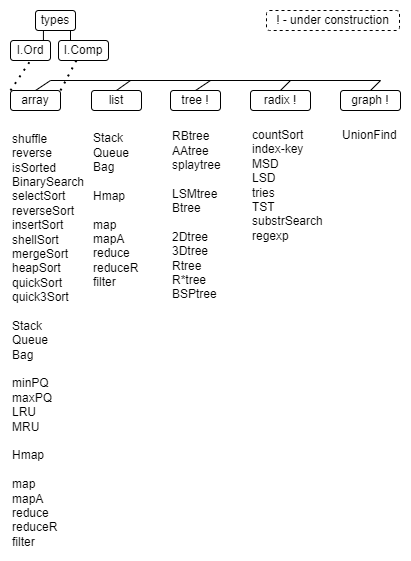
kselnaag/algos keeps this draw.io diagram as pics/algos.png. Above is the earlier version. Source tidied: cells renumbered, new cells last; positions are measured from the earlier drawing's top-left corner, leaving out a move shared by most shapes.
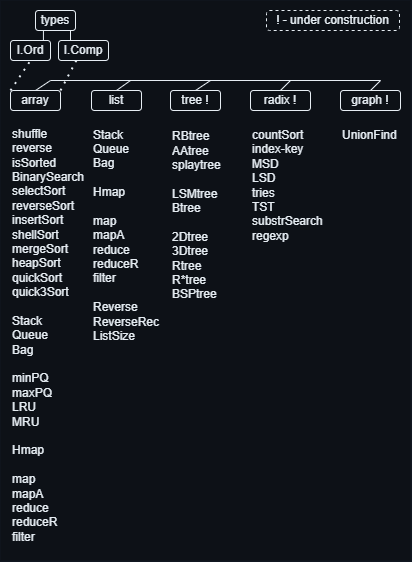
After the commit.

Commit message:
change algos table pic

Change to the diagram source:
```diff
@@ -1,102 +1,102 @@
-<mxGraphModel background="#FFFFFF">
+<mxGraphModel background="#111721">
   <root>
     <mxCell id="0" />
     <mxCell id="1" parent="0" />
-    <mxCell id="2" style="rounded=0;whiteSpace=wrap;html=1;strokeColor=none;fillColor=none;" parent="1" vertex="1">
-      <mxGeometry width="410" height="560" as="geometry" />
-    </mxCell>
+    <mxCell id="27" style="rounded=0;whiteSpace=wrap;html=1;strokeColor=none;fillColor=#0d1117;strokeWidth=1;perimeterSpacing=1;shadow=0;glass=0;fillStyle=solid;" parent="1" vertex="1">
+      <mxGeometry width="410" height="560" as="geometry" />
+    </mxCell>
-    <mxCell id="3" value="array" style="rounded=1;whiteSpace=wrap;html=1;fontColor=#000000;fillColor=none;strokeColor=#000000;" parent="1" vertex="1">
+    <mxCell id="3" value="&lt;font color=&quot;#e6edf3&quot;&gt;array&lt;/font&gt;" style="rounded=1;whiteSpace=wrap;html=1;fontColor=#000000;fillColor=none;strokeColor=#e6edf3;" parent="1" vertex="1">
       <mxGeometry x="10" y="90" width="50" height="20" as="geometry" />
     </mxCell>
-    <mxCell id="4" value="list" style="rounded=1;whiteSpace=wrap;html=1;fillColor=none;strokeColor=#000000;fontColor=#000000;" parent="1" vertex="1">
+    <mxCell id="4" value="&lt;font color=&quot;#e6edf3&quot;&gt;list&lt;/font&gt;" style="rounded=1;whiteSpace=wrap;html=1;fillColor=none;strokeColor=#e6edf3;fontColor=#000000;" parent="1" vertex="1">
       <mxGeometry x="91" y="90" width="50" height="20" as="geometry" />
     </mxCell>
-    <mxCell id="5" value="radix !" style="rounded=1;whiteSpace=wrap;html=1;fontColor=#000000;fillColor=none;strokeColor=#000000;" parent="1" vertex="1">
+    <mxCell id="5" value="&lt;font color=&quot;#e6edf3&quot;&gt;radix !&lt;/font&gt;" style="rounded=1;whiteSpace=wrap;html=1;fontColor=#000000;fillColor=none;strokeColor=#e6edf3;" parent="1" vertex="1">
       <mxGeometry x="250" y="90" width="60" height="20" as="geometry" />
     </mxCell>
-    <mxCell id="6" value="tree !" style="rounded=1;whiteSpace=wrap;html=1;fontColor=#000000;fillColor=none;strokeColor=#000000;" parent="1" vertex="1">
+    <mxCell id="6" value="&lt;font color=&quot;#e6edf3&quot;&gt;tree !&lt;/font&gt;" style="rounded=1;whiteSpace=wrap;html=1;fontColor=#000000;fillColor=none;strokeColor=#e6edf3;" parent="1" vertex="1">
       <mxGeometry x="170" y="90" width="50" height="20" as="geometry" />
     </mxCell>
-    <mxCell id="7" value="graph !" style="rounded=1;whiteSpace=wrap;html=1;fontColor=#000000;fillColor=none;strokeColor=#000000;" parent="1" vertex="1">
+    <mxCell id="7" value="&lt;font color=&quot;#e6edf3&quot;&gt;graph !&lt;/font&gt;" style="rounded=1;whiteSpace=wrap;html=1;fontColor=#000000;fillColor=none;strokeColor=#e6edf3;" parent="1" vertex="1">
       <mxGeometry x="340" y="90" width="60" height="20" as="geometry" />
     </mxCell>
-    <mxCell id="8" value="shuffle&lt;br&gt;reverse&lt;br&gt;isSorted&lt;br&gt;BinarySearch&lt;br&gt;selectSort&lt;br&gt;reverseSort&lt;br&gt;insertSort&lt;br&gt;shellSort&lt;br&gt;mergeSort&lt;br&gt;heapSort&lt;br&gt;quickSort&lt;br&gt;quick3Sort&lt;br&gt;&lt;br&gt;Stack&lt;br&gt;Queue&lt;br&gt;Bag&lt;br&gt;&lt;br&gt;minPQ&lt;br&gt;maxPQ&lt;br&gt;LRU&lt;br&gt;MRU&lt;br&gt;&lt;br&gt;Hmap&lt;br&gt;&lt;br&gt;map&lt;br&gt;mapA&lt;br&gt;reduce&lt;br&gt;reduceR&lt;br&gt;filter" style="text;html=1;strokeColor=none;fillColor=none;align=left;verticalAlign=middle;whiteSpace=wrap;rounded=0;fontColor=#000000;" parent="1" vertex="1">
-      <mxGeometry x="10" y="130" width="66" height="420" as="geometry" />
+    <mxCell id="8" value="&lt;font color=&quot;#e6edf3&quot;&gt;shuffle&lt;br&gt;reverse&lt;br&gt;isSorted&lt;br&gt;BinarySearch&lt;br&gt;selectSort&lt;br&gt;reverseSort&lt;br&gt;insertSort&lt;br&gt;shellSort&lt;br&gt;mergeSort&lt;br&gt;heapSort&lt;br&gt;quickSort&lt;br&gt;quick3Sort&lt;br&gt;&lt;br&gt;Stack&lt;br&gt;Queue&lt;br&gt;Bag&lt;br&gt;&lt;br&gt;minPQ&lt;br&gt;maxPQ&lt;br&gt;LRU&lt;br&gt;MRU&lt;br&gt;&lt;br&gt;Hmap&lt;br&gt;&lt;br&gt;map&lt;br&gt;mapA&lt;br&gt;reduce&lt;br&gt;reduceR&lt;br&gt;filter&lt;/font&gt;" style="text;html=1;strokeColor=none;fillColor=none;align=left;verticalAlign=middle;whiteSpace=wrap;rounded=0;fontColor=#000000;" parent="1" vertex="1">
+      <mxGeometry x="10" y="130" width="80" height="410" as="geometry" />
     </mxCell>
-    <mxCell id="9" value="Stack&lt;br&gt;Queue&lt;br&gt;Bag&lt;br&gt;&lt;br&gt;Hmap&lt;br&gt;&lt;br&gt;map&lt;br&gt;mapA&lt;br&gt;reduce&lt;br&gt;reduceR&lt;br&gt;filter" style="text;html=1;strokeColor=none;fillColor=none;align=left;verticalAlign=middle;whiteSpace=wrap;rounded=0;fontColor=#000000;" parent="1" vertex="1">
-      <mxGeometry x="91" y="130" width="66" height="160" as="geometry" />
+    <mxCell id="9" value="&lt;font color=&quot;#e6edf3&quot;&gt;Stack&lt;br&gt;Queue&lt;br&gt;Bag&lt;br&gt;&lt;br&gt;Hmap&lt;br&gt;&lt;br&gt;map&lt;br&gt;mapA&lt;br&gt;reduce&lt;br&gt;reduceR&lt;br&gt;filter&lt;br&gt;&lt;br&gt;Reverse&lt;br&gt;ReverseRec&lt;br&gt;ListSize&lt;br&gt;&lt;/font&gt;" style="text;html=1;strokeColor=none;fillColor=none;align=left;verticalAlign=middle;whiteSpace=wrap;rounded=0;fontColor=#000000;" parent="1" vertex="1">
+      <mxGeometry x="91" y="130" width="69" height="210" as="geometry" />
     </mxCell>
-    <mxCell id="10" value="countSort&lt;br&gt;index-key&lt;br&gt;MSD&lt;br&gt;LSD&lt;br&gt;tries&lt;br&gt;TST&lt;br&gt;substrSearch&lt;br&gt;regexp&lt;br&gt;" style="text;html=1;strokeColor=none;fillColor=none;align=left;verticalAlign=middle;whiteSpace=wrap;rounded=0;fontColor=#000000;" parent="1" vertex="1">
+    <mxCell id="10" value="&lt;font color=&quot;#e6edf3&quot;&gt;countSort&lt;br&gt;index-key&lt;br&gt;MSD&lt;br&gt;LSD&lt;br&gt;tries&lt;br&gt;TST&lt;br&gt;substrSearch&lt;br&gt;regexp&lt;/font&gt;" style="text;html=1;strokeColor=none;fillColor=none;align=left;verticalAlign=middle;whiteSpace=wrap;rounded=0;fontColor=#000000;" parent="1" vertex="1">
       <mxGeometry x="250" y="130" width="80" height="110" as="geometry" />
     </mxCell>
-    <mxCell id="11" value="RBtree&lt;br&gt;AAtree&lt;br&gt;splaytree&lt;br&gt;&lt;br&gt;LSMtree&lt;br&gt;Btree&lt;br&gt;&lt;br&gt;2Dtree&lt;br&gt;3Dtree&lt;br&gt;Rtree&lt;br&gt;R*tree&lt;br&gt;BSPtree" style="text;html=1;strokeColor=none;fillColor=none;align=left;verticalAlign=middle;whiteSpace=wrap;rounded=0;fontColor=#000000;" parent="1" vertex="1">
+    <mxCell id="11" value="&lt;font color=&quot;#e6edf3&quot;&gt;RBtree&lt;br&gt;AAtree&lt;br&gt;splaytree&lt;br&gt;&lt;br&gt;LSMtree&lt;br&gt;Btree&lt;br&gt;&lt;br&gt;2Dtree&lt;br&gt;3Dtree&lt;br&gt;Rtree&lt;br&gt;R*tree&lt;br&gt;BSPtree&lt;/font&gt;" style="text;html=1;strokeColor=none;fillColor=none;align=left;verticalAlign=middle;whiteSpace=wrap;rounded=0;fontColor=#000000;" parent="1" vertex="1">
       <mxGeometry x="170" y="130" width="60" height="170" as="geometry" />
     </mxCell>
-    <mxCell id="12" value="types" style="rounded=1;whiteSpace=wrap;html=1;fillColor=none;strokeColor=#000000;fontColor=#000000;" parent="1" vertex="1">
+    <mxCell id="12" value="&lt;font color=&quot;#e6edf3&quot;&gt;types&lt;/font&gt;" style="rounded=1;whiteSpace=wrap;html=1;fillColor=none;strokeColor=#e6edf3;fontColor=#000000;" parent="1" vertex="1">
       <mxGeometry x="35" y="10" width="40" height="20" as="geometry" />
     </mxCell>
-    <mxCell id="13" style="endArrow=none;html=1;rounded=0;exitX=0.5;exitY=0;exitDx=0;exitDy=0;strokeColor=#000000;" parent="1" edge="1" source="6">
+    <mxCell id="13" style="endArrow=none;html=1;rounded=0;exitX=0.5;exitY=0;exitDx=0;exitDy=0;strokeColor=#e6edf3;" parent="1" edge="1" source="6">
       <mxGeometry relative="1" as="geometry">
         <mxPoint x="210" y="80" as="targetPoint" />
       </mxGeometry>
     </mxCell>
-    <mxCell id="14" style="endArrow=none;html=1;rounded=0;strokeColor=#000000;" parent="1" edge="1">
+    <mxCell id="14" style="endArrow=none;html=1;rounded=0;strokeColor=#e6edf3;" parent="1" edge="1">
       <mxGeometry relative="1" as="geometry">
         <mxPoint x="50" y="80" as="sourcePoint" />
         <mxPoint x="380" y="80" as="targetPoint" />
       </mxGeometry>
     </mxCell>
-    <mxCell id="15" style="endArrow=none;html=1;rounded=0;exitX=0.5;exitY=0;exitDx=0;exitDy=0;strokeColor=#000000;" parent="1" edge="1" source="3">
+    <mxCell id="15" style="endArrow=none;html=1;rounded=0;exitX=0.5;exitY=0;exitDx=0;exitDy=0;strokeColor=#e6edf3;" parent="1" edge="1" source="3">
       <mxGeometry relative="1" as="geometry">
         <mxPoint x="50" y="80" as="targetPoint" />
       </mxGeometry>
     </mxCell>
-    <mxCell id="16" style="endArrow=none;html=1;rounded=0;exitX=0.5;exitY=0;exitDx=0;exitDy=0;strokeColor=#000000;" parent="1" edge="1">
+    <mxCell id="16" style="endArrow=none;html=1;rounded=0;exitX=0.5;exitY=0;exitDx=0;exitDy=0;strokeColor=#e6edf3;" parent="1" edge="1">
       <mxGeometry relative="1" as="geometry">
         <mxPoint x="115.9" y="90" as="sourcePoint" />
         <mxPoint x="130" y="80" as="targetPoint" />
       </mxGeometry>
     </mxCell>
-    <mxCell id="17" style="endArrow=none;html=1;rounded=0;exitX=0.5;exitY=0;exitDx=0;exitDy=0;strokeColor=#000000;" parent="1" edge="1">
+    <mxCell id="17" style="endArrow=none;html=1;rounded=0;exitX=0.5;exitY=0;exitDx=0;exitDy=0;strokeColor=#e6edf3;" parent="1" edge="1">
       <mxGeometry relative="1" as="geometry">
         <mxPoint x="279.9" y="90" as="sourcePoint" />
         <mxPoint x="290" y="80" as="targetPoint" />
       </mxGeometry>
     </mxCell>
-    <mxCell id="18" value="I.Ord" style="rounded=1;whiteSpace=wrap;html=1;fillColor=none;strokeColor=#000000;fontColor=#000000;" parent="1" vertex="1">
+    <mxCell id="18" value="&lt;font color=&quot;#e6edf3&quot;&gt;I.Ord&lt;/font&gt;" style="rounded=1;whiteSpace=wrap;html=1;fillColor=none;strokeColor=#e6edf3;fontColor=#000000;" parent="1" vertex="1">
       <mxGeometry x="10" y="40" width="40" height="20" as="geometry" />
     </mxCell>
-    <mxCell id="19" value="I.Comp" style="rounded=1;whiteSpace=wrap;html=1;fillColor=none;strokeColor=#000000;fontColor=#000000;" parent="1" vertex="1">
+    <mxCell id="19" value="&lt;font color=&quot;#e6edf3&quot;&gt;I.Comp&lt;/font&gt;" style="rounded=1;whiteSpace=wrap;html=1;fillColor=none;strokeColor=#e6edf3;fontColor=#000000;" parent="1" vertex="1">
       <mxGeometry x="58" y="40" width="50" height="20" as="geometry" />
     </mxCell>
-    <mxCell id="20" style="endArrow=none;dashed=1;html=1;dashPattern=1 3;strokeWidth=2;rounded=0;entryX=0.5;entryY=1;entryDx=0;entryDy=0;exitX=0;exitY=0;exitDx=0;exitDy=0;strokeColor=#000000;" parent="1" edge="1" source="3" target="18">
+    <mxCell id="20" style="endArrow=none;dashed=1;html=1;dashPattern=1 3;strokeWidth=2;rounded=0;entryX=0.5;entryY=1;entryDx=0;entryDy=0;exitX=0;exitY=0;exitDx=0;exitDy=0;strokeColor=#e6edf3;" parent="1" edge="1" source="3" target="18">
       <mxGeometry relative="1" as="geometry" />
     </mxCell>
-    <mxCell id="21" style="endArrow=none;dashed=1;html=1;dashPattern=1 3;strokeWidth=2;rounded=0;exitX=1;exitY=0;exitDx=0;exitDy=0;entryX=0.359;entryY=0.99;entryDx=0;entryDy=0;entryPerimeter=0;strokeColor=#000000;" parent="1" edge="1" source="3" target="19">
+    <mxCell id="21" style="endArrow=none;dashed=1;html=1;dashPattern=1 3;strokeWidth=2;rounded=0;exitX=1;exitY=0;exitDx=0;exitDy=0;entryX=0.359;entryY=0.99;entryDx=0;entryDy=0;entryPerimeter=0;strokeColor=#e6edf3;" parent="1" edge="1" source="3" target="19">
       <mxGeometry relative="1" as="geometry" />
     </mxCell>
-    <mxCell id="22" style="endArrow=none;html=1;rounded=0;exitX=0.5;exitY=0;exitDx=0;exitDy=0;strokeColor=#000000;" parent="1" edge="1">
+    <mxCell id="22" style="endArrow=none;html=1;rounded=0;exitX=0.5;exitY=0;exitDx=0;exitDy=0;strokeColor=#e6edf3;" parent="1" edge="1">
       <mxGeometry relative="1" as="geometry">
         <mxPoint x="42.9" y="40" as="sourcePoint" />
         <mxPoint x="42.9" y="30" as="targetPoint" />
       </mxGeometry>
     </mxCell>
-    <mxCell id="23" style="endArrow=none;html=1;rounded=0;exitX=0.5;exitY=0;exitDx=0;exitDy=0;strokeColor=#000000;" parent="1" edge="1">
+    <mxCell id="23" style="endArrow=none;html=1;rounded=0;exitX=0.5;exitY=0;exitDx=0;exitDy=0;strokeColor=#e6edf3;" parent="1" edge="1">
       <mxGeometry relative="1" as="geometry">
         <mxPoint x="70" y="40" as="sourcePoint" />
         <mxPoint x="70" y="30" as="targetPoint" />
       </mxGeometry>
     </mxCell>
-    <mxCell id="24" style="endArrow=none;html=1;rounded=0;exitX=0.5;exitY=0;exitDx=0;exitDy=0;strokeColor=#000000;" parent="1" edge="1">
+    <mxCell id="24" style="endArrow=none;html=1;rounded=0;exitX=0.5;exitY=0;exitDx=0;exitDy=0;strokeColor=#e6edf3;" parent="1" edge="1">
       <mxGeometry relative="1" as="geometry">
         <mxPoint x="370" y="90" as="sourcePoint" />
         <mxPoint x="380.1" y="80" as="targetPoint" />
       </mxGeometry>
     </mxCell>
-    <mxCell id="25" value="&lt;font color=&quot;#000000&quot;&gt;UnionFind&lt;/font&gt;" style="text;html=1;strokeColor=none;fillColor=none;align=left;verticalAlign=middle;whiteSpace=wrap;rounded=0;" parent="1" vertex="1">
+    <mxCell id="25" value="&lt;font color=&quot;#e6edf3&quot;&gt;UnionFind&lt;/font&gt;" style="text;html=1;strokeColor=none;fillColor=none;align=left;verticalAlign=middle;whiteSpace=wrap;rounded=0;" parent="1" vertex="1">
       <mxGeometry x="340" y="130" width="60" height="10" as="geometry" />
     </mxCell>
-    <mxCell id="26" value="! - under construction" style="rounded=1;whiteSpace=wrap;html=1;fillColor=none;strokeColor=#000000;fontColor=#000000;dashed=1;" parent="1" vertex="1">
+    <mxCell id="26" value="&lt;font color=&quot;#e6edf3&quot;&gt;! - under construction&lt;/font&gt;" style="rounded=1;whiteSpace=wrap;html=1;fillColor=none;strokeColor=#e6edf3;fontColor=#000000;dashed=1;" parent="1" vertex="1">
       <mxGeometry x="266" y="10" width="133" height="20" as="geometry" />
     </mxCell>
   </root>
```
